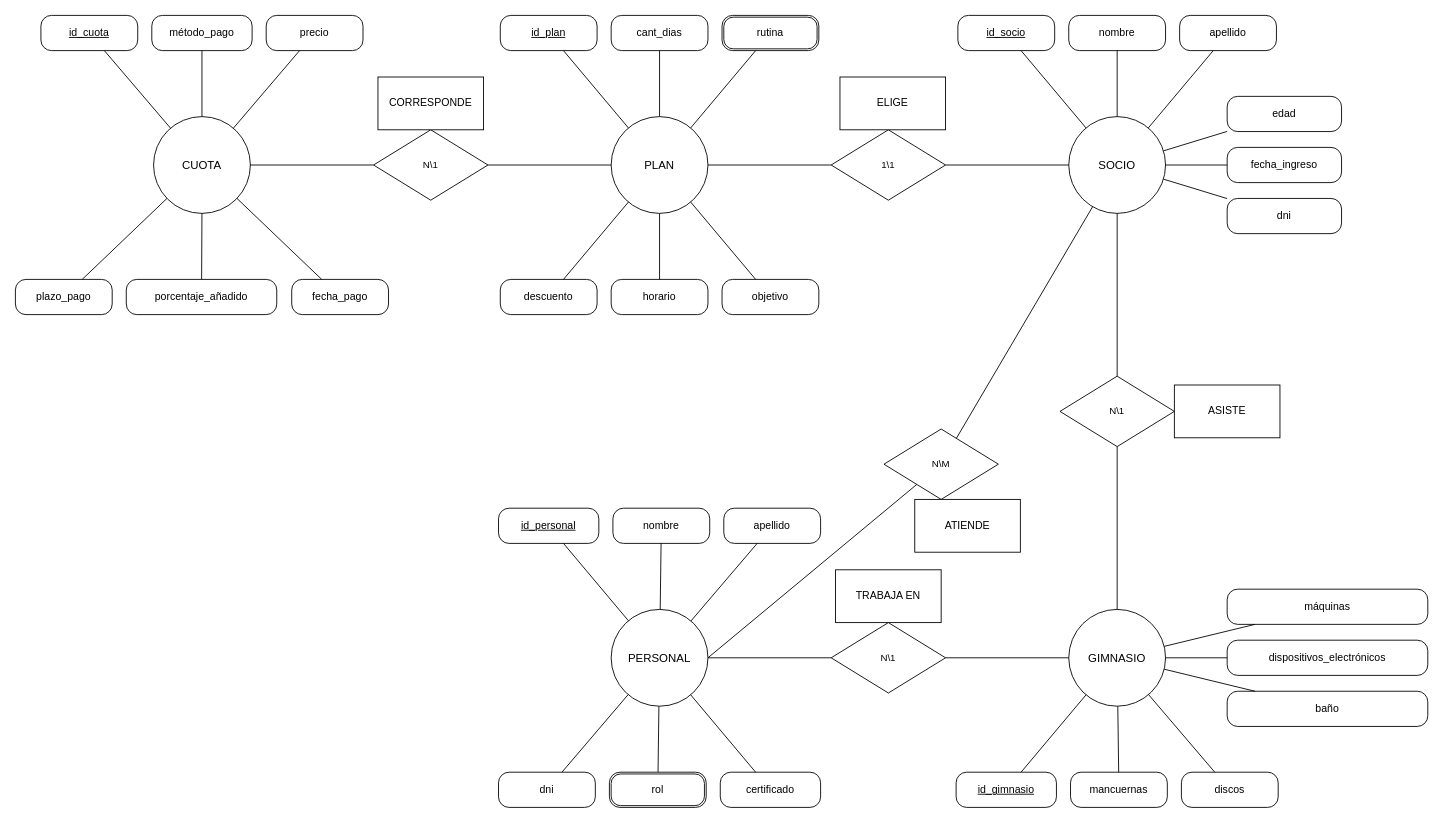
This is Diagramas/DER-gimnasio.drawio from tizianogale2017-tech/BaseDeDatos-Final-Gimnasio, a draw.io file, before an edit. Source tidied: cells renumbered, new cells numbered last; positions are measured from the earlier drawing's top-left corner, leaving out a move shared by most shapes. Both pictures are drawn from the tidied source at 88%, with x=0, y=0 at pixel (15, 15).
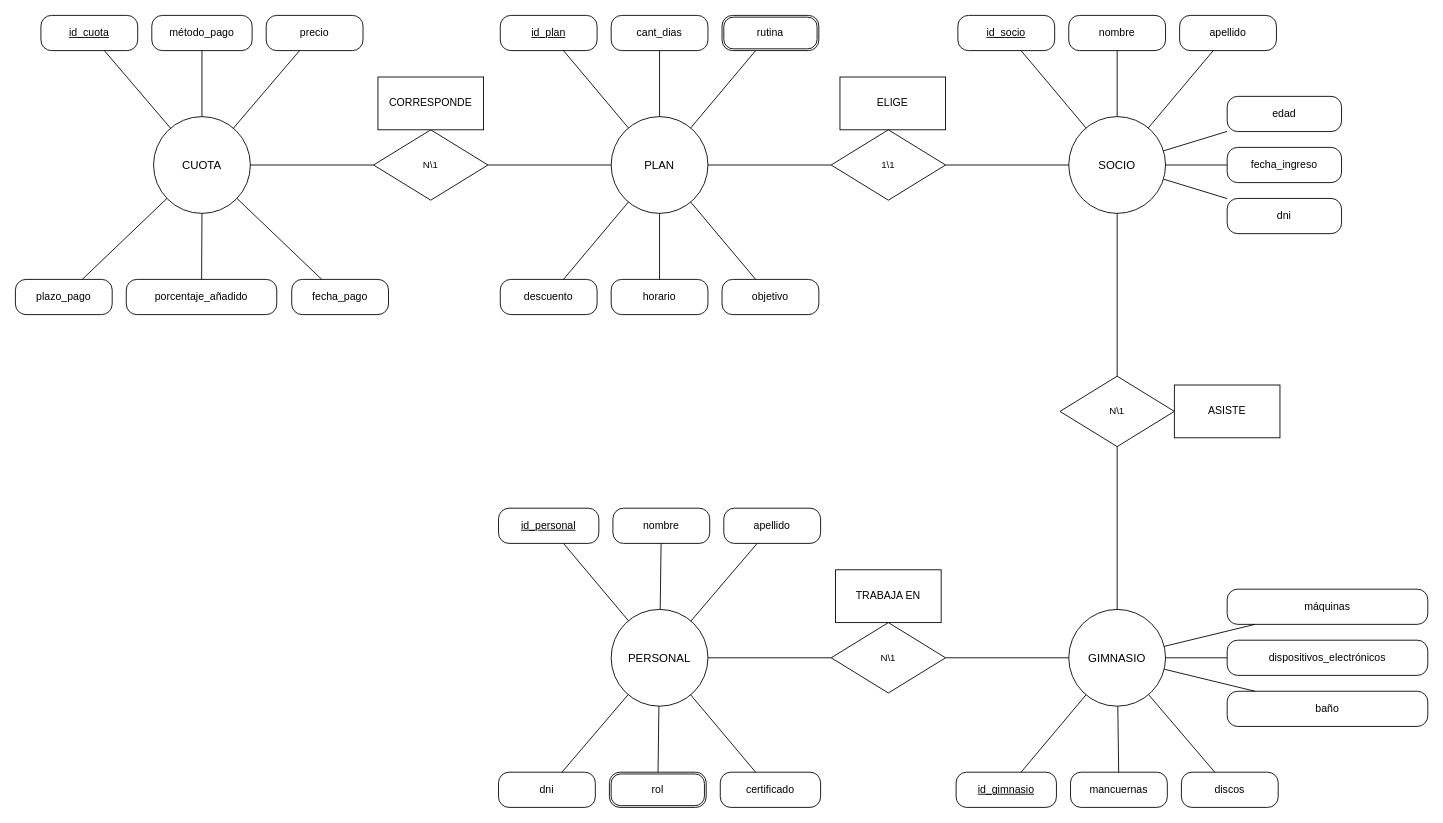
Above is the later version.

Unchanged cells that the change refers to:
```xml
<mxCell id="2" value="SOCIO" style="ellipse;whiteSpace=wrap;html=1;fontSize=13;" parent="1" vertex="1">
  <mxGeometry x="1197" y="115" width="110" height="110" as="geometry" />
</mxCell>
<mxCell id="23" value="PERSONAL" style="ellipse;whiteSpace=wrap;html=1;fontSize=13;" parent="1" vertex="1">
  <mxGeometry x="677" y="675" width="110" height="110" as="geometry" />
</mxCell>
```

The edit, as a diff of the source:
```diff
@@
-    <mxCell id="83" value="N\M" style="rhombus;whiteSpace=wrap;html=1;fontSize=11;" parent="1" vertex="1">
-      <mxGeometry x="987" y="470" width="130" height="80" as="geometry" />
-    </mxCell>
-    <mxCell id="84" value="ATIENDE" style="rounded=0;whiteSpace=wrap;html=1;" parent="1" vertex="1">
-      <mxGeometry x="1022" y="550" width="120" height="60" as="geometry" />
-    </mxCell>
-    <mxCell id="85" style="endArrow=none;html=1;rounded=0;exitX=1;exitY=0.5;exitDx=0;exitDy=0;" parent="1" edge="1" source="23" target="83">
-      <mxGeometry relative="1" as="geometry" />
-    </mxCell>
-    <mxCell id="86" style="endArrow=none;html=1;rounded=0;" parent="1" edge="1" source="83" target="2">
-      <mxGeometry relative="1" as="geometry" />
-    </mxCell>
```
